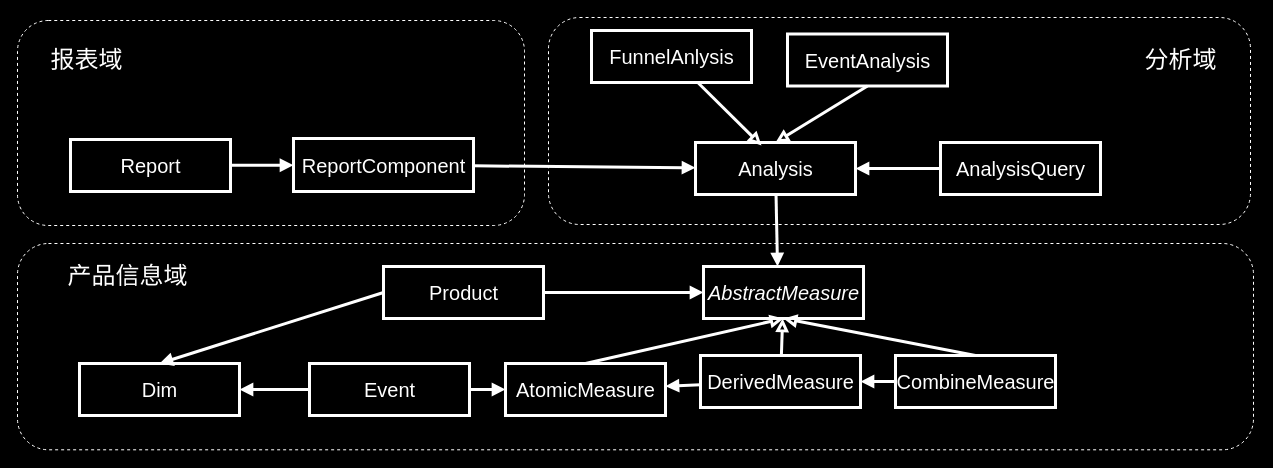
Earlier version of the draw.io diagram page "Page-1" (1 of 3) of img/Untitled Diagram2.drawio (liuzhenying/liuzhenying.github.io). Source tidied: cells renumbered, new cells numbered last; positions are measured from the earlier drawing's top-left corner, leaving out a move shared by most shapes. Both pictures are drawn from the tidied source at 100%, with x=0, y=0 at pixel (17, 17).
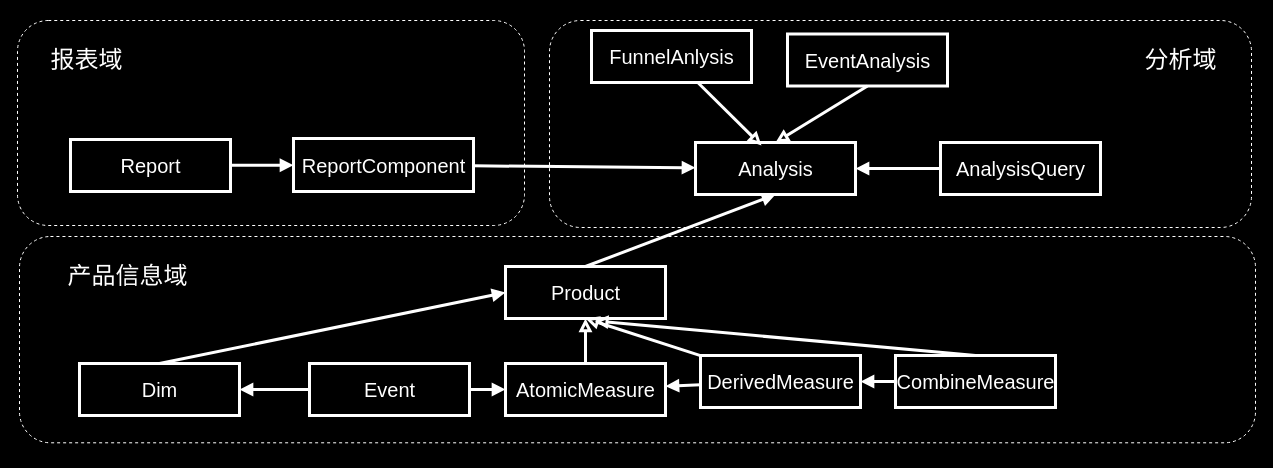
The same diagram, later.

The change refers to these unchanged cells:
```xml
<mxCell id="9" value="&lt;font color=&quot;#ffffff&quot; style=&quot;font-size: 20px;&quot;&gt;&lt;span style=&quot;font-size: 20px;&quot;&gt;Analysis&lt;/span&gt;&lt;/font&gt;" style="html=1;strokeColor=#FFFFFF;strokeWidth=3;fillColor=none;fontSize=20;" parent="1" vertex="1">
  <mxGeometry x="678" y="125" width="160" height="52" as="geometry" />
</mxCell>
<mxCell id="16" value="&lt;span style=&quot;color: rgb(255, 255, 255); font-size: 20px;&quot;&gt;&lt;font style=&quot;font-size: 20px;&quot;&gt;AtomicMeasure&lt;/font&gt;&lt;/span&gt;" style="html=1;strokeColor=#FFFFFF;strokeWidth=3;fillColor=none;fontSize=20;" parent="1" vertex="1">
  <mxGeometry x="488" y="346" width="160" height="52" as="geometry" />
</mxCell>
<mxCell id="19" value="&lt;span style=&quot;color: rgb(255, 255, 255); font-size: 20px;&quot;&gt;&lt;font style=&quot;font-size: 20px;&quot;&gt;DerivedMeasure&lt;/font&gt;&lt;/span&gt;" style="html=1;strokeColor=#FFFFFF;strokeWidth=3;fillColor=none;fontSize=20;" parent="1" vertex="1">
  <mxGeometry x="683" y="338" width="160" height="52" as="geometry" />
</mxCell>
<mxCell id="22" value="&lt;span style=&quot;color: rgb(255, 255, 255); font-size: 20px;&quot;&gt;&lt;font style=&quot;font-size: 20px;&quot;&gt;CombineMeasure&lt;/font&gt;&lt;/span&gt;" style="html=1;strokeColor=#FFFFFF;strokeWidth=3;fillColor=none;fontSize=20;" parent="1" vertex="1">
  <mxGeometry x="878" y="338" width="160" height="52" as="geometry" />
</mxCell>
<mxCell id="26" value="&lt;font color=&quot;#ffffff&quot; style=&quot;font-size: 20px;&quot;&gt;&lt;span style=&quot;font-size: 20px;&quot;&gt;Dim&lt;/span&gt;&lt;/font&gt;" style="html=1;strokeColor=#FFFFFF;strokeWidth=3;fillColor=none;fontSize=20;" parent="1" vertex="1">
  <mxGeometry x="62" y="346" width="160" height="52" as="geometry" />
</mxCell>
```

What changed in the source:
```diff
@@
-    <mxCell id="8" style="edgeStyle=none;rounded=0;jettySize=auto;html=1;fontSize=20;fontColor=#FFFFFF;endArrow=block;endFill=1;strokeColor=#FFFFFF;strokeWidth=3;" parent="1" edge="1" source="9">
-      <mxGeometry relative="1" as="geometry">
-        <mxPoint x="760" y="249" as="targetPoint" />
-      </mxGeometry>
+    <mxCell id="8" style="edgeStyle=none;rounded=0;jettySize=auto;html=1;fontSize=20;fontColor=#FFFFFF;endArrow=none;endFill=0;strokeColor=#FFFFFF;strokeWidth=3;entryX=0.5;entryY=0;entryDx=0;entryDy=0;exitX=0.5;exitY=1;exitDx=0;exitDy=0;startArrow=block;startFill=1;" parent="1" edge="1" source="9" target="29">
+      <mxGeometry relative="1" as="geometry" />
     </mxCell>
@@
-    <mxCell id="14" value="&lt;span style=&quot;color: rgb(255, 255, 255); font-style: italic; font-size: 20px;&quot;&gt;&lt;font style=&quot;font-size: 20px;&quot;&gt;AbstractMeasure&lt;/font&gt;&lt;/span&gt;" style="html=1;strokeColor=#FFFFFF;strokeWidth=3;fillColor=none;fontSize=20;" parent="1" vertex="1">
-      <mxGeometry x="686" y="249" width="160" height="52" as="geometry" />
-    </mxCell>
+    <mxCell id="36" style="edgeStyle=orthogonalEdgeStyle;rounded=0;jettySize=auto;html=1;" parent="1" edge="1" target="32">
+      <mxGeometry relative="1" as="geometry">
+        <mxPoint x="766" y="249" as="sourcePoint" />
+      </mxGeometry>
+    </mxCell>
-    <mxCell id="15" style="rounded=0;jettySize=auto;html=1;entryX=0.5;entryY=1;entryDx=0;entryDy=0;fontSize=20;strokeWidth=3;exitX=0.5;exitY=0;exitDx=0;exitDy=0;fontColor=#FFFFFF;strokeColor=#FFFFFF;endArrow=block;endFill=0;" parent="1" edge="1" source="16" target="14">
+    <mxCell id="15" style="rounded=0;jettySize=auto;html=1;entryX=0.5;entryY=1;entryDx=0;entryDy=0;fontSize=20;strokeWidth=3;exitX=0.5;exitY=0;exitDx=0;exitDy=0;fontColor=#FFFFFF;strokeColor=#FFFFFF;endArrow=block;endFill=0;" parent="1" edge="1" source="16" target="29">
       <mxGeometry relative="1" as="geometry" />
     </mxCell>
@@
-    <mxCell id="17" style="edgeStyle=none;rounded=0;jettySize=auto;html=1;fontSize=20;fontColor=#FFFFFF;endArrow=block;endFill=0;strokeColor=#FFFFFF;strokeWidth=3;" parent="1" edge="1" source="19" target="14">
+    <mxCell id="17" style="edgeStyle=none;rounded=0;jettySize=auto;html=1;fontSize=20;fontColor=#FFFFFF;endArrow=block;endFill=0;strokeColor=#FFFFFF;strokeWidth=3;entryX=0.5;entryY=1;entryDx=0;entryDy=0;" parent="1" edge="1" source="19" target="29">
       <mxGeometry relative="1" as="geometry" />
     </mxCell>
@@
-    <mxCell id="20" style="edgeStyle=none;rounded=0;jettySize=auto;html=1;entryX=0.5;entryY=1;entryDx=0;entryDy=0;fontSize=20;fontColor=#FFFFFF;endArrow=block;endFill=0;strokeColor=#FFFFFF;strokeWidth=3;exitX=0.5;exitY=0;exitDx=0;exitDy=0;" parent="1" edge="1" source="22" target="14">
+    <mxCell id="20" style="edgeStyle=none;rounded=0;jettySize=auto;html=1;entryX=0.557;entryY=1.047;entryDx=0;entryDy=0;fontSize=20;fontColor=#FFFFFF;endArrow=block;endFill=0;strokeColor=#FFFFFF;strokeWidth=3;exitX=0.5;exitY=0;exitDx=0;exitDy=0;entryPerimeter=0;" parent="1" edge="1" source="22" target="29">
       <mxGeometry relative="1" as="geometry" />
     </mxCell>
@@
-    <mxCell id="27" style="edgeStyle=orthogonalEdgeStyle;rounded=0;jettySize=auto;html=1;strokeColor=#FFFFFF;strokeWidth=3;endArrow=block;endFill=1;" parent="1" edge="1" source="29" target="14">
-      <mxGeometry relative="1" as="geometry" />
-    </mxCell>
-    <mxCell id="28" style="rounded=0;jettySize=auto;html=1;entryX=0.5;entryY=0;entryDx=0;entryDy=0;endArrow=block;endFill=1;strokeColor=#FFFFFF;strokeWidth=3;exitX=0;exitY=0.5;exitDx=0;exitDy=0;" parent="1" edge="1" source="29" target="26">
+    <mxCell id="28" style="rounded=0;jettySize=auto;html=1;entryX=0.5;entryY=0;entryDx=0;entryDy=0;endArrow=none;endFill=0;strokeColor=#FFFFFF;strokeWidth=3;exitX=0;exitY=0.5;exitDx=0;exitDy=0;startArrow=block;startFill=1;" parent="1" edge="1" source="29" target="26">
       <mxGeometry relative="1" as="geometry" />
     </mxCell>
     <mxCell id="29" value="&lt;font color=&quot;#ffffff&quot;&gt;Product&lt;/font&gt;" style="html=1;strokeColor=#FFFFFF;strokeWidth=3;fillColor=none;fontSize=20;" parent="1" vertex="1">
-      <mxGeometry x="366" y="249" width="160" height="52" as="geometry" />
+      <mxGeometry x="488" y="249" width="160" height="52" as="geometry" />
     </mxCell>
     <mxCell id="30" style="rounded=1;whiteSpace=wrap;html=1;fillColor=none;strokeColor=#FFFFFF;dashed=1;" parent="1" vertex="1">
-      <mxGeometry y="226" width="1236" height="206.3" as="geometry" />
+      <mxGeometry x="2" y="219" width="1236" height="206.3" as="geometry" />
     </mxCell>
@@
     <mxCell id="32" style="rounded=1;whiteSpace=wrap;html=1;fillColor=none;strokeColor=#FFFFFF;dashed=1;" parent="1" vertex="1">
-      <mxGeometry x="531" width="702" height="207" as="geometry" />
+      <mxGeometry x="532" y="3" width="702" height="207" as="geometry" />
     </mxCell>
```
